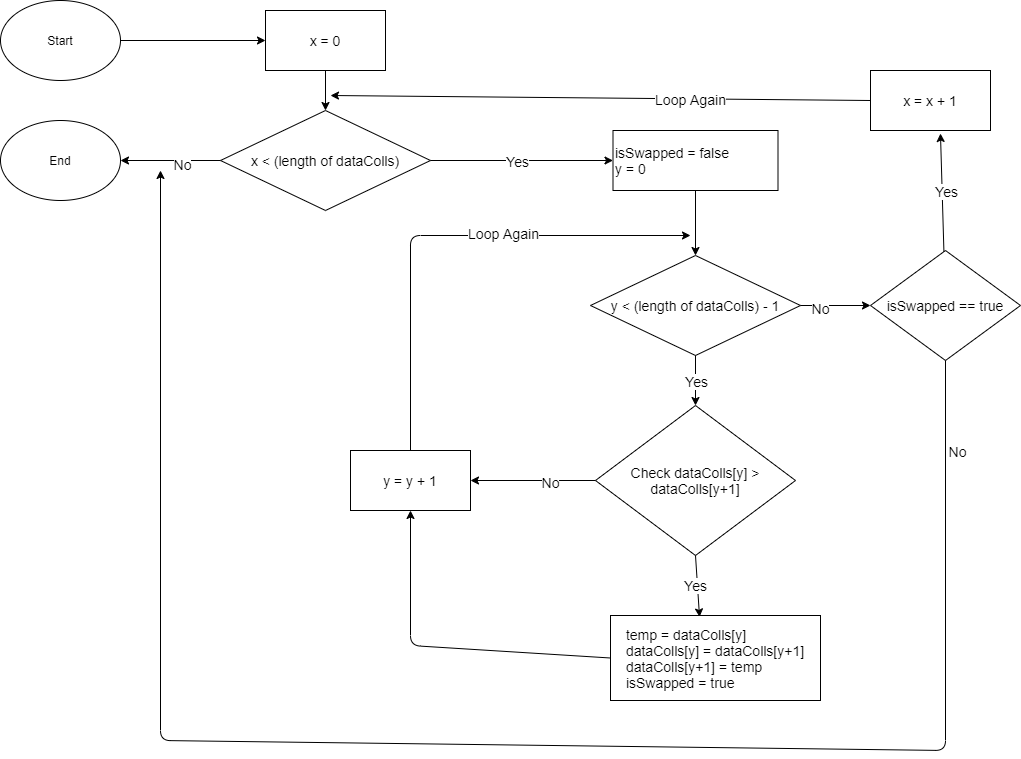
Above: bubble-sort/FlowChart-Improved.png in bayupuspanugraha/sorting-algorithm (draw.io), before the change. Source tidied: cells renumbered, new cells last; positions are measured from the earlier drawing's top-left corner, leaving out a move shared by most shapes.
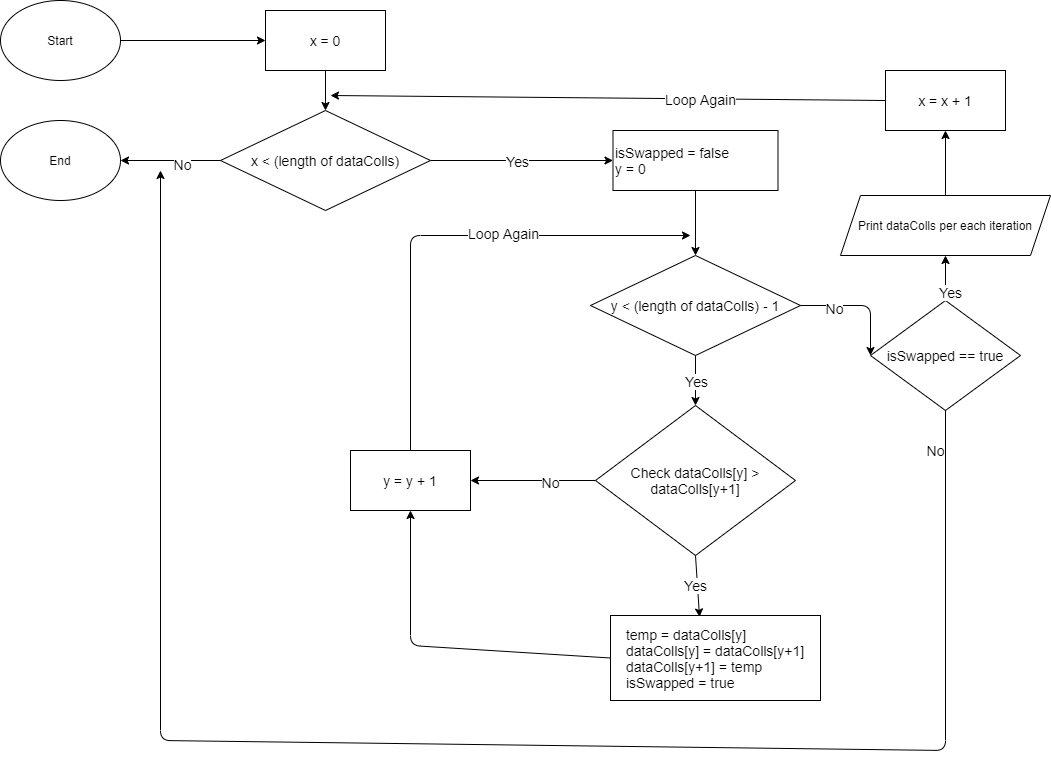
The same file after the commit.

Change to the diagram source:
```diff
@@ -15,7 +15,7 @@
       <mxGeometry x="220" y="110" width="210" height="100" as="geometry" />
     </mxCell>
     <mxCell id="6" value="x = x + 1" style="rounded=0;whiteSpace=wrap;html=1;fontSize=14;" parent="1" vertex="1">
-      <mxGeometry x="870" y="70" width="120" height="60" as="geometry" />
+      <mxGeometry x="885" y="70" width="120" height="60" as="geometry" />
     </mxCell>
     <mxCell id="7" style="endArrow=classic;html=1;fontSize=14;exitX=0.5;exitY=1;exitDx=0;exitDy=0;entryX=0.5;entryY=0;entryDx=0;entryDy=0;" parent="1" edge="1" source="4" target="5">
       <mxGeometry relative="1" as="geometry" />
@@ -106,22 +106,18 @@
       </mxGeometry>
     </mxCell>
     <mxCell id="30" value="isSwapped == true" style="rhombus;whiteSpace=wrap;html=1;fontSize=14;" parent="1" vertex="1">
-      <mxGeometry x="870" y="250" width="150" height="110" as="geometry" />
+      <mxGeometry x="870" y="300" width="150" height="110" as="geometry" />
     </mxCell>
     <mxCell id="31" style="endArrow=classic;html=1;fontSize=14;entryX=0;entryY=0.5;entryDx=0;entryDy=0;exitX=1;exitY=0.5;exitDx=0;exitDy=0;" parent="1" edge="1" source="9" target="30">
-      <mxGeometry relative="1" as="geometry" />
+      <mxGeometry relative="1" as="geometry">
+        <Array as="points">
+          <mxPoint x="870" y="305" />
+        </Array>
+      </mxGeometry>
     </mxCell>
     <mxCell id="32" value="No" style="edgeLabel;html=1;align=center;verticalAlign=middle;fontSize=14;" parent="31" vertex="1">
       <mxGeometry x="-0.46" y="-2" relative="1" as="geometry" />
     </mxCell>
-    <mxCell id="33" style="endArrow=classic;html=1;fontSize=14;entryX=0.583;entryY=1.05;entryDx=0;entryDy=0;entryPerimeter=0;" parent="1" edge="1" source="30" target="6">
-      <mxGeometry relative="1" as="geometry" />
-    </mxCell>
-    <mxCell id="34" value="Yes" style="edgeLabel;html=1;align=center;verticalAlign=middle;fontSize=14;" parent="33" vertex="1">
-      <mxGeometry x="0.43" relative="1" as="geometry">
-        <mxPoint x="4.1" y="23.8" as="offset" />
-      </mxGeometry>
-    </mxCell>
     <mxCell id="35" style="endArrow=classic;html=1;fontSize=14;exitX=0.5;exitY=1;exitDx=0;exitDy=0;" parent="1" edge="1" source="30">
       <mxGeometry relative="1" as="geometry">
         <mxPoint x="160" y="170" as="targetPoint" />
@@ -136,5 +132,19 @@
         <mxPoint x="602" y="-293.3" as="offset" />
       </mxGeometry>
     </mxCell>
+    <mxCell id="37" value="Print dataColls per each iteration" style="shape=parallelogram;perimeter=parallelogramPerimeter;whiteSpace=wrap;html=1;fixedSize=1;" parent="1" vertex="1">
+      <mxGeometry x="840" y="195" width="210" height="60" as="geometry" />
+    </mxCell>
+    <mxCell id="38" style="endArrow=classic;html=1;fontSize=14;entryX=0.5;entryY=1;entryDx=0;entryDy=0;" parent="1" edge="1" source="30" target="37">
+      <mxGeometry relative="1" as="geometry" />
+    </mxCell>
+    <mxCell id="34" value="Yes" style="edgeLabel;html=1;align=center;verticalAlign=middle;fontSize=14;" parent="38" vertex="1">
+      <mxGeometry x="0.43" relative="1" as="geometry">
+        <mxPoint x="4.1" y="23.8" as="offset" />
+      </mxGeometry>
+    </mxCell>
+    <mxCell id="39" style="endArrow=classic;html=1;entryX=0.5;entryY=1;entryDx=0;entryDy=0;" parent="1" edge="1" source="37" target="6">
+      <mxGeometry relative="1" as="geometry" />
+    </mxCell>
   </root>
 </mxGraphModel>
```
